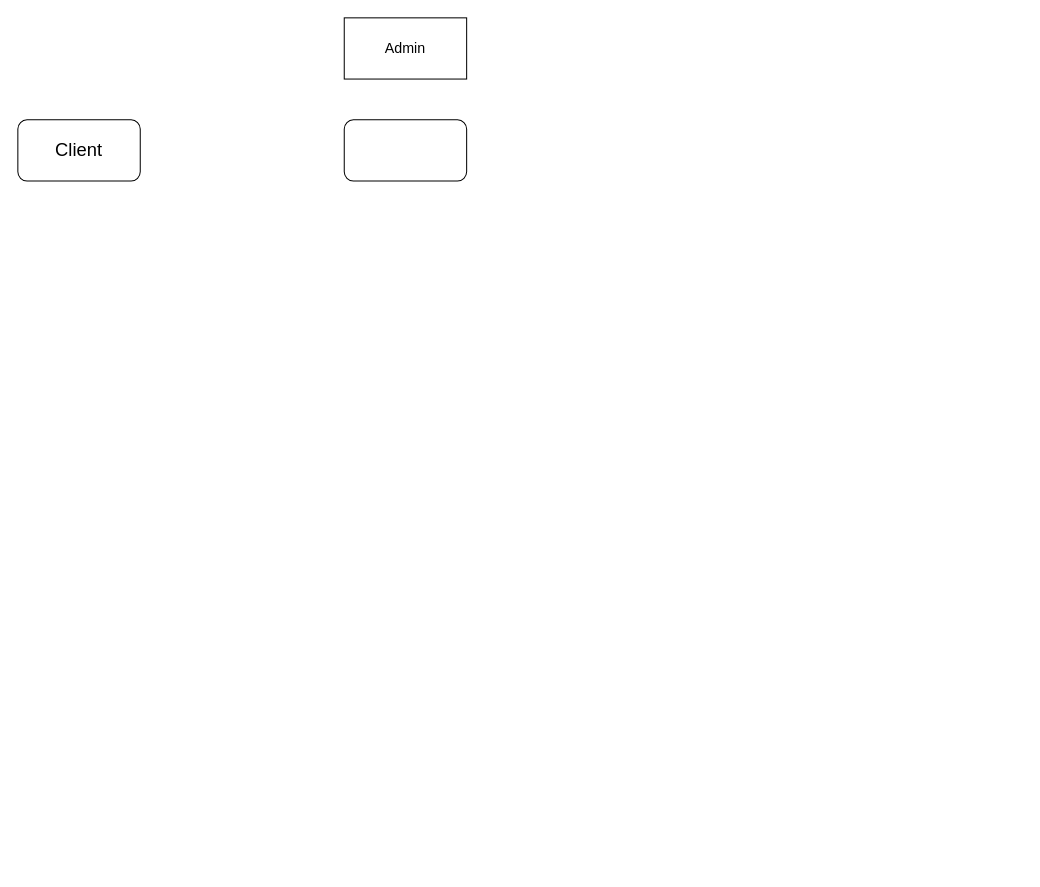
Earlier version of the draw.io diagram page "Client" (1 of 2) of carenting.drawio (Aadi2001/Carenting). Source tidied: cells renumbered, new cells numbered last; positions are measured from the earlier drawing's top-left corner, leaving out a move shared by most shapes. Both pictures are drawn from the tidied source at 102%, with x=0, y=0 at pixel (17, 17).
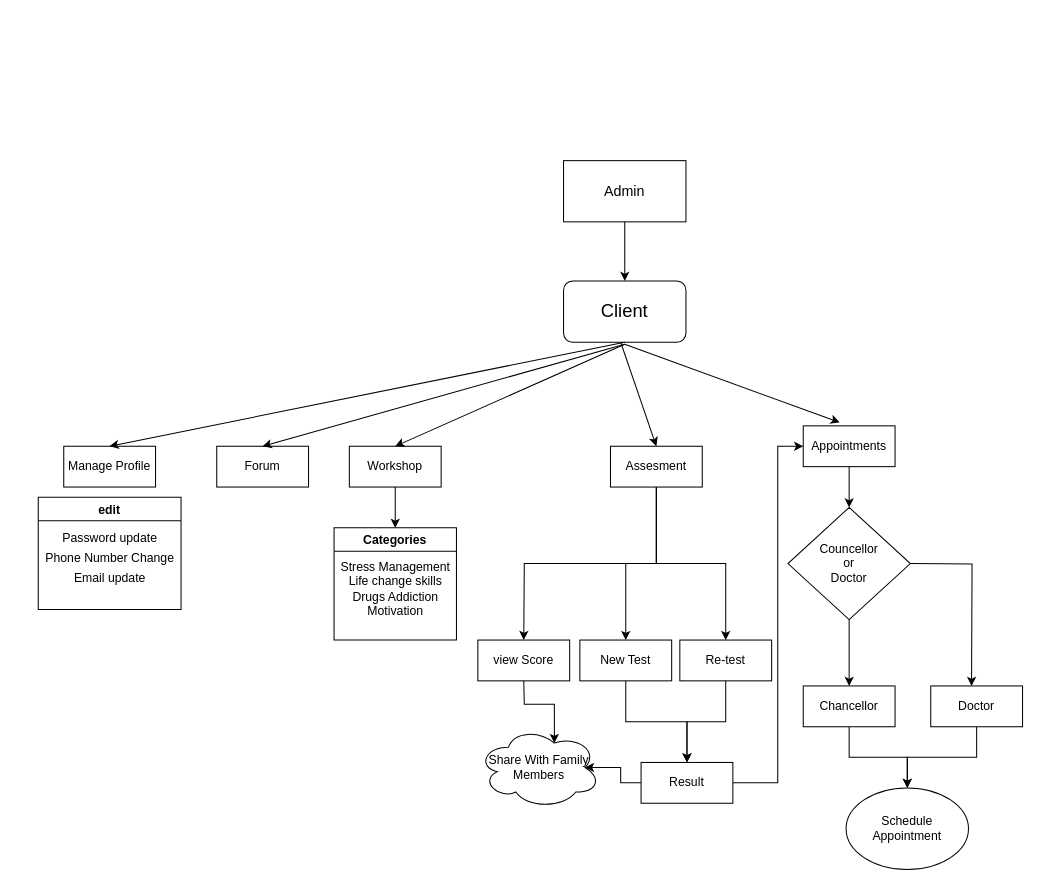
The same page after the edit.

What changed in the source:
```diff
@@
     <mxCell id="2" value="&lt;font style=&quot;font-size: 14px&quot;&gt;Admin&lt;/font&gt;" style="rounded=0;whiteSpace=wrap;html=1;" parent="1" vertex="1">
-      <mxGeometry x="320" width="120" height="60" as="geometry" />
+      <mxGeometry x="535" y="140" width="120" height="60" as="geometry" />
     </mxCell>
     <mxCell id="3" value="&lt;font style=&quot;font-size: 18px&quot;&gt;Client&lt;/font&gt;" style="rounded=1;whiteSpace=wrap;html=1;" parent="1" vertex="1">
-      <mxGeometry y="100" width="120" height="60" as="geometry" />
+      <mxGeometry x="535" y="258" width="120" height="60" as="geometry" />
     </mxCell>
-    <mxCell id="4" style="rounded=1;whiteSpace=wrap;html=1;" parent="1" vertex="1">
-      <mxGeometry x="320" y="100" width="120" height="60" as="geometry" />
-    </mxCell>
+    <mxCell id="5" style="endArrow=classic;html=1;exitX=0.5;exitY=1;exitDx=0;exitDy=0;entryX=0.5;entryY=0;entryDx=0;entryDy=0;" parent="1" edge="1" source="2" target="3">
+      <mxGeometry relative="1" as="geometry" />
+    </mxCell>
+    <mxCell id="6" style="edgeStyle=orthogonalEdgeStyle;rounded=0;jettySize=auto;html=1;exitX=0.5;exitY=1;exitDx=0;exitDy=0;entryX=0.5;entryY=0;entryDx=0;entryDy=0;" parent="1" edge="1" source="9">
+      <mxGeometry relative="1" as="geometry">
+        <mxPoint x="496" y="610" as="targetPoint" />
+      </mxGeometry>
+    </mxCell>
+    <mxCell id="7" style="edgeStyle=orthogonalEdgeStyle;rounded=0;jettySize=auto;html=1;exitX=0.5;exitY=1;exitDx=0;exitDy=0;entryX=0.5;entryY=0;entryDx=0;entryDy=0;" parent="1" edge="1" source="9" target="32">
+      <mxGeometry relative="1" as="geometry" />
+    </mxCell>
+    <mxCell id="8" style="edgeStyle=orthogonalEdgeStyle;rounded=0;jettySize=auto;html=1;exitX=0.5;exitY=1;exitDx=0;exitDy=0;entryX=0.5;entryY=0;entryDx=0;entryDy=0;" parent="1" edge="1" source="9" target="30">
+      <mxGeometry relative="1" as="geometry" />
+    </mxCell>
+    <mxCell id="9" value="Assesment" style="rounded=0;whiteSpace=wrap;html=1;" parent="1" vertex="1">
+      <mxGeometry x="581" y="420" width="90" height="40" as="geometry" />
+    </mxCell>
+    <mxCell id="10" style="edgeStyle=orthogonalEdgeStyle;rounded=0;jettySize=auto;html=1;exitX=0.5;exitY=1;exitDx=0;exitDy=0;entryX=0.5;entryY=0;entryDx=0;entryDy=0;" parent="1" edge="1" source="11" target="43">
+      <mxGeometry relative="1" as="geometry" />
+    </mxCell>
+    <mxCell id="11" value="Workshop" style="rounded=0;whiteSpace=wrap;html=1;" parent="1" vertex="1">
+      <mxGeometry x="325" y="420" width="90" height="40" as="geometry" />
+    </mxCell>
+    <mxCell id="12" value="Manage Profile" style="rounded=0;whiteSpace=wrap;html=1;" parent="1" vertex="1">
+      <mxGeometry x="45" y="420" width="90" height="40" as="geometry" />
+    </mxCell>
+    <mxCell id="13" style="edgeStyle=orthogonalEdgeStyle;rounded=0;jettySize=auto;html=1;exitX=0.5;exitY=1;exitDx=0;exitDy=0;entryX=0.5;entryY=0;entryDx=0;entryDy=0;" parent="1" edge="1" source="14" target="25">
+      <mxGeometry relative="1" as="geometry" />
+    </mxCell>
+    <mxCell id="14" value="Appointments" style="rounded=0;whiteSpace=wrap;html=1;" parent="1" vertex="1">
+      <mxGeometry x="770" y="400" width="90" height="40" as="geometry" />
+    </mxCell>
+    <mxCell id="15" style="endArrow=classic;html=1;exitX=0.5;exitY=1;exitDx=0;exitDy=0;entryX=0.5;entryY=0;entryDx=0;entryDy=0;" parent="1" edge="1" source="3" target="12">
+      <mxGeometry relative="1" as="geometry" />
+    </mxCell>
+    <mxCell id="16" style="endArrow=classic;html=1;exitX=0.5;exitY=1;exitDx=0;exitDy=0;entryX=0.5;entryY=0;entryDx=0;entryDy=0;" parent="1" edge="1" target="9">
+      <mxGeometry relative="1" as="geometry">
+        <mxPoint x="591" y="318" as="sourcePoint" />
+      </mxGeometry>
+    </mxCell>
+    <mxCell id="17" style="endArrow=classic;html=1;entryX=0.5;entryY=0;entryDx=0;entryDy=0;" parent="1" edge="1" target="11">
+      <mxGeometry relative="1" as="geometry">
+        <mxPoint x="595" y="320" as="sourcePoint" />
+      </mxGeometry>
+    </mxCell>
+    <mxCell id="18" style="endArrow=classic;html=1;entryX=0.397;entryY=-0.082;entryDx=0;entryDy=0;entryPerimeter=0;" parent="1" edge="1" target="14">
+      <mxGeometry relative="1" as="geometry">
+        <mxPoint x="595" y="320" as="sourcePoint" />
+      </mxGeometry>
+    </mxCell>
+    <mxCell id="19" style="edgeStyle=orthogonalEdgeStyle;rounded=0;jettySize=auto;html=1;exitX=0.5;exitY=1;exitDx=0;exitDy=0;entryX=0.625;entryY=0.2;entryDx=0;entryDy=0;entryPerimeter=0;" parent="1" edge="1" target="36">
+      <mxGeometry relative="1" as="geometry">
+        <mxPoint x="496" y="650" as="sourcePoint" />
+      </mxGeometry>
+    </mxCell>
+    <mxCell id="20" value="view Score" style="rounded=0;whiteSpace=wrap;html=1;" parent="1" vertex="1">
+      <mxGeometry x="451" y="610" width="90" height="40" as="geometry" />
+    </mxCell>
+    <mxCell id="21" style="edgeStyle=orthogonalEdgeStyle;rounded=0;jettySize=auto;html=1;exitX=0.5;exitY=1;exitDx=0;exitDy=0;" parent="1" edge="1" source="22" target="28">
+      <mxGeometry relative="1" as="geometry" />
+    </mxCell>
+    <mxCell id="22" value="Chancellor" style="rounded=0;whiteSpace=wrap;html=1;" parent="1" vertex="1">
+      <mxGeometry x="770" y="655" width="90" height="40" as="geometry" />
+    </mxCell>
+    <mxCell id="23" style="edgeStyle=orthogonalEdgeStyle;rounded=0;jettySize=auto;html=1;exitX=0.5;exitY=1;exitDx=0;exitDy=0;entryX=0.5;entryY=0;entryDx=0;entryDy=0;" parent="1" edge="1" source="25" target="22">
+      <mxGeometry relative="1" as="geometry" />
+    </mxCell>
+    <mxCell id="24" style="edgeStyle=orthogonalEdgeStyle;rounded=0;orthogonalLoop=1;jettySize=auto;html=1;exitX=1;exitY=0.5;exitDx=0;exitDy=0;entryX=0.5;entryY=0;entryDx=0;entryDy=0;" parent="1" edge="1">
+      <mxGeometry relative="1" as="geometry">
+        <mxPoint x="875" y="535" as="sourcePoint" />
+        <mxPoint x="935" y="655" as="targetPoint" />
+      </mxGeometry>
+    </mxCell>
+    <mxCell id="25" value="Councellor&lt;br&gt;or&lt;br&gt;Doctor" style="rhombus;whiteSpace=wrap;html=1;" parent="1" vertex="1">
+      <mxGeometry x="755" y="480" width="120" height="110" as="geometry" />
+    </mxCell>
+    <mxCell id="26" style="edgeStyle=orthogonalEdgeStyle;rounded=0;jettySize=auto;html=1;exitX=0.5;exitY=1;exitDx=0;exitDy=0;entryX=0.5;entryY=0;entryDx=0;entryDy=0;" parent="1" edge="1" source="27" target="28">
+      <mxGeometry relative="1" as="geometry" />
+    </mxCell>
+    <mxCell id="27" value="Doctor" style="rounded=0;whiteSpace=wrap;html=1;" parent="1" vertex="1">
+      <mxGeometry x="895" y="655" width="90" height="40" as="geometry" />
+    </mxCell>
+    <mxCell id="28" value="Schedule Appointment" style="ellipse;whiteSpace=wrap;html=1;" parent="1" vertex="1">
+      <mxGeometry x="812" y="755" width="120" height="80" as="geometry" />
+    </mxCell>
+    <mxCell id="29" style="edgeStyle=orthogonalEdgeStyle;rounded=0;jettySize=auto;html=1;exitX=0.5;exitY=1;exitDx=0;exitDy=0;entryX=0.5;entryY=0;entryDx=0;entryDy=0;" parent="1" edge="1" source="30" target="35">
+      <mxGeometry relative="1" as="geometry" />
+    </mxCell>
+    <mxCell id="30" value="Re-test" style="rounded=0;whiteSpace=wrap;html=1;" parent="1" vertex="1">
+      <mxGeometry x="649" y="610" width="90" height="40" as="geometry" />
+    </mxCell>
+    <mxCell id="31" style="edgeStyle=orthogonalEdgeStyle;rounded=0;jettySize=auto;html=1;exitX=0.5;exitY=1;exitDx=0;exitDy=0;entryX=0.5;entryY=0;entryDx=0;entryDy=0;" parent="1" edge="1" source="32" target="35">
+      <mxGeometry relative="1" as="geometry" />
+    </mxCell>
+    <mxCell id="32" value="New Test" style="rounded=0;whiteSpace=wrap;html=1;" parent="1" vertex="1">
+      <mxGeometry x="551" y="610" width="90" height="40" as="geometry" />
+    </mxCell>
+    <mxCell id="33" style="edgeStyle=orthogonalEdgeStyle;rounded=0;jettySize=auto;html=1;exitX=0;exitY=0.5;exitDx=0;exitDy=0;entryX=0.875;entryY=0.5;entryDx=0;entryDy=0;entryPerimeter=0;" parent="1" edge="1" source="35" target="36">
+      <mxGeometry relative="1" as="geometry" />
+    </mxCell>
+    <mxCell id="34" style="edgeStyle=orthogonalEdgeStyle;rounded=0;jettySize=auto;html=1;exitX=1;exitY=0.5;exitDx=0;exitDy=0;entryX=0;entryY=0.5;entryDx=0;entryDy=0;" parent="1" edge="1" source="35" target="14">
+      <mxGeometry relative="1" as="geometry">
+        <Array as="points">
+          <mxPoint x="745" y="750" />
+          <mxPoint x="745" y="420" />
+        </Array>
+      </mxGeometry>
+    </mxCell>
+    <mxCell id="35" value="Result" style="rounded=0;whiteSpace=wrap;html=1;" parent="1" vertex="1">
+      <mxGeometry x="611" y="730" width="90" height="40" as="geometry" />
+    </mxCell>
+    <mxCell id="36" value="Share With Family&lt;br&gt;Members" style="ellipse;shape=cloud;whiteSpace=wrap;html=1;" parent="1" vertex="1">
+      <mxGeometry x="451" y="695" width="120" height="80" as="geometry" />
+    </mxCell>
+    <mxCell id="37" value="Forum" style="rounded=0;whiteSpace=wrap;html=1;" parent="1" vertex="1">
+      <mxGeometry x="195" y="420" width="90" height="40" as="geometry" />
+    </mxCell>
+    <mxCell id="38" style="endArrow=classic;html=1;entryX=0.5;entryY=0;entryDx=0;entryDy=0;" parent="1" edge="1" target="37">
+      <mxGeometry relative="1" as="geometry">
+        <mxPoint x="595" y="320" as="sourcePoint" />
+      </mxGeometry>
+    </mxCell>
+    <mxCell id="39" value="edit" style="swimlane;" parent="1" vertex="1">
+      <mxGeometry x="20" y="470" width="140" height="110" as="geometry" />
+    </mxCell>
+    <mxCell id="40" value="Password update" style="text;html=1;align=center;verticalAlign=middle;" parent="39" vertex="1">
+      <mxGeometry x="15" y="30" width="110" height="20" as="geometry" />
+    </mxCell>
+    <mxCell id="41" value="Phone Number Change" style="text;html=1;align=center;verticalAlign=middle;" parent="39" vertex="1">
+      <mxGeometry y="50" width="140" height="20" as="geometry" />
+    </mxCell>
+    <mxCell id="42" value="Email update" style="text;html=1;align=center;verticalAlign=middle;" parent="39" vertex="1">
+      <mxGeometry x="25" y="70" width="90" height="20" as="geometry" />
+    </mxCell>
+    <mxCell id="43" value="Categories" style="swimlane;" parent="1" vertex="1">
+      <mxGeometry x="310" y="500" width="120" height="110" as="geometry" />
+    </mxCell>
+    <mxCell id="44" value="Stress Management&lt;br&gt;Life change skills&lt;br&gt;Drugs Addiction&lt;br&gt;Motivation" style="text;html=1;align=center;verticalAlign=middle;" parent="1" vertex="1">
+      <mxGeometry x="310" y="530" width="120" height="60" as="geometry" />
+    </mxCell>
```
